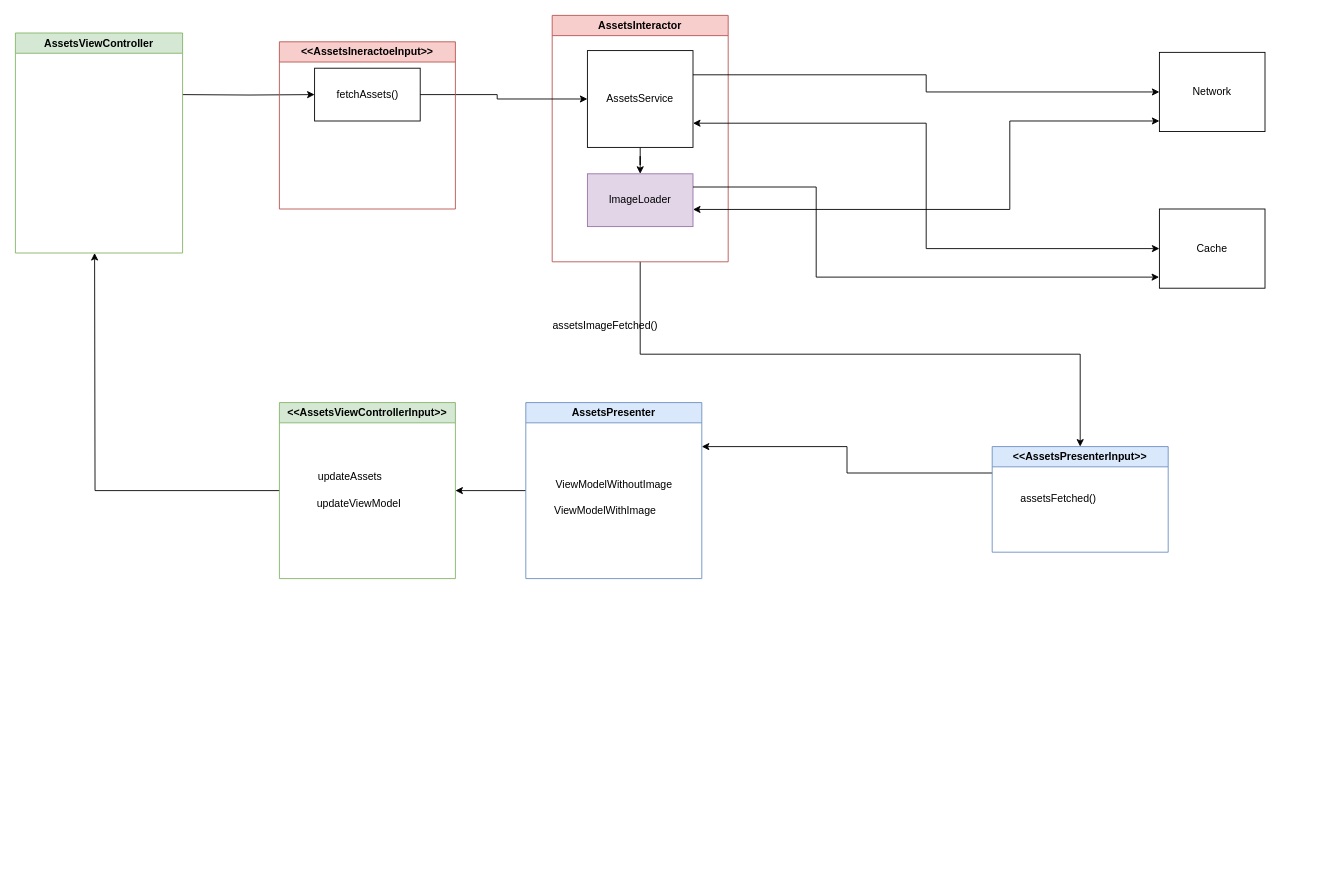
Earlier version of the draw.io diagram LoadingAssets.drawio (mithfor/MithforCryptoCharts). Source tidied: cells renumbered, new cells numbered last; positions are measured from the earlier drawing's top-left corner, leaving out a move shared by most shapes. Both pictures are drawn from the tidied source at 88%, with x=0, y=0 at pixel (15, 15).
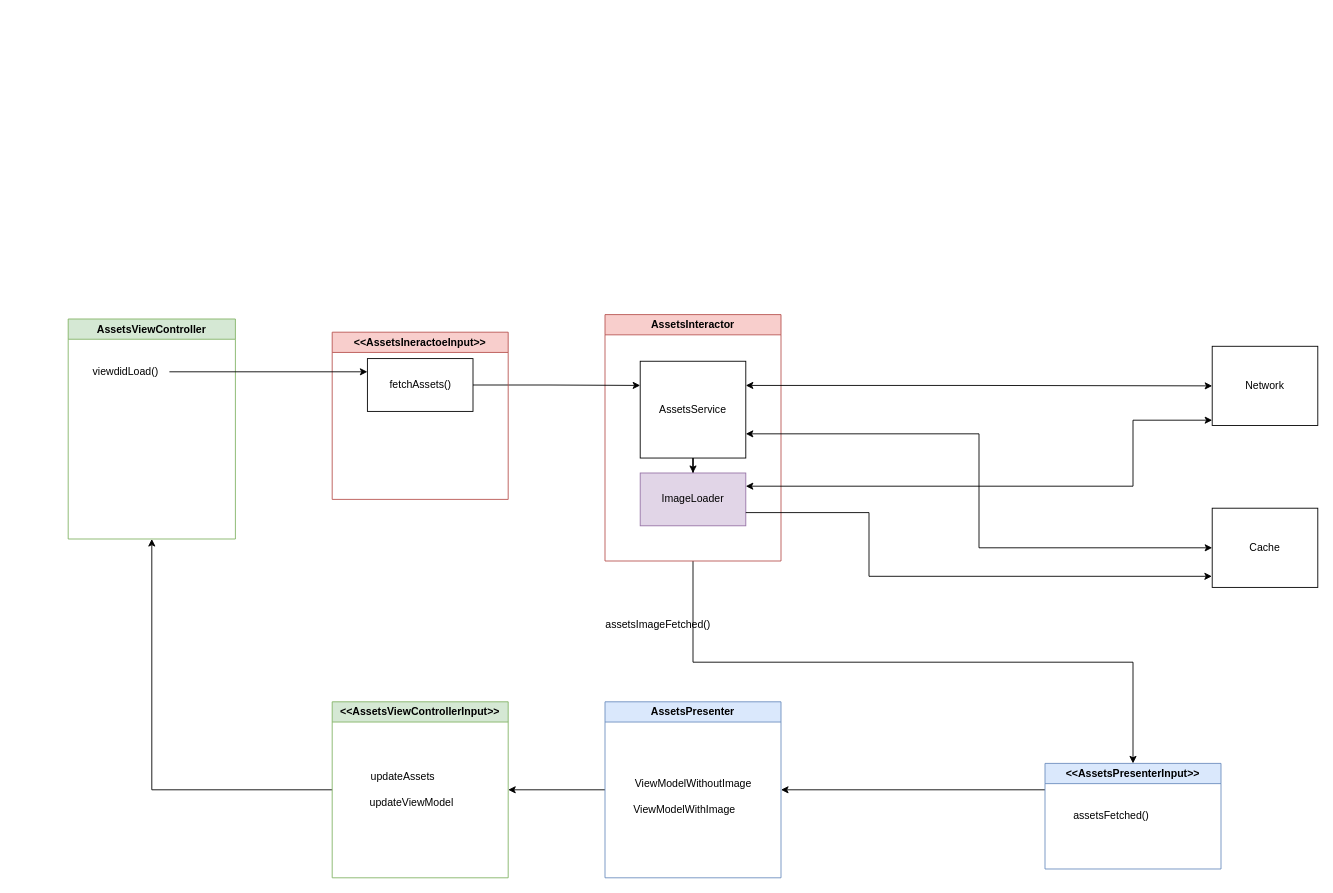
The same diagram, later.

Unchanged cells that the change refers to:
```xml
<mxCell id="9" value="ImageLoader" style="rounded=0;whiteSpace=wrap;html=1;fillColor=#e1d5e7;strokeColor=#9673a6;" parent="5" vertex="1">
  <mxGeometry x="40" y="180" width="120" height="60" as="geometry" />
</mxCell>
<mxCell id="18" style="rounded=0;whiteSpace=wrap;html=1;" parent="17" vertex="1">
  <mxGeometry width="120" height="60" as="geometry" />
</mxCell>
<mxCell id="19" value="&lt;div&gt;&lt;span style=&quot;background-color: initial;&quot;&gt;fetchAssets()&lt;/span&gt;&lt;br&gt;&lt;/div&gt;" style="text;html=1;align=center;verticalAlign=middle;points=[];strokeColor=none;fillColor=none;" parent="17" vertex="1">
  <mxGeometry x="15" y="15" width="90" height="30" as="geometry" />
</mxCell>
```

The edit, as a diff of the source:
```diff
@@
-    <mxCell id="2" style="edgeStyle=orthogonalEdgeStyle;rounded=0;jettySize=auto;html=1;entryX=0;entryY=0.5;entryDx=0;entryDy=0;" parent="1" edge="1" target="18">
-      <mxGeometry relative="1" as="geometry">
-        <mxPoint x="190" y="90" as="sourcePoint" />
-      </mxGeometry>
-    </mxCell>
     <mxCell id="3" value="AssetsViewController" style="swimlane;whiteSpace=wrap;html=1;fillColor=#d5e8d4;strokeColor=#82b366;" parent="1" vertex="1">
-      <mxGeometry y="20" width="190" height="250" as="geometry" />
+      <mxGeometry x="60" y="345" width="190" height="250" as="geometry" />
     </mxCell>
+    <mxCell id="33" value="viewdidLoad()" style="text;html=1;align=center;verticalAlign=middle;points=[];strokeColor=none;fillColor=none;" parent="3" vertex="1">
+      <mxGeometry x="15" y="45" width="100" height="30" as="geometry" />
+    </mxCell>
@@
     <mxCell id="5" value="AssetsInteractor" style="swimlane;whiteSpace=wrap;html=1;fillColor=#f8cecc;strokeColor=#b85450;" parent="1" vertex="1">
-      <mxGeometry x="610" width="200" height="280" as="geometry" />
+      <mxGeometry x="670" y="340" width="200" height="280" as="geometry" />
     </mxCell>
@@
     <mxCell id="7" value="AssetsService" style="whiteSpace=wrap;html=1;" parent="5" vertex="1">
-      <mxGeometry x="40" y="40" width="120" height="110" as="geometry" />
+      <mxGeometry x="40" y="53" width="120" height="110" as="geometry" />
     </mxCell>
@@
-    <mxCell id="10" style="edgeStyle=orthogonalEdgeStyle;rounded=0;orthogonalLoop=1;jettySize=auto;html=1;entryX=0;entryY=0.75;entryDx=0;entryDy=0;startArrow=classic;startFill=1;" parent="5" edge="1">
-      <mxGeometry relative="1" as="geometry">
-        <mxPoint x="160" y="220.5" as="sourcePoint" />
-        <mxPoint x="690" y="120" as="targetPoint" />
-        <Array as="points">
-          <mxPoint x="520" y="220.5" />
-          <mxPoint x="520" y="120.5" />
-        </Array>
-      </mxGeometry>
-    </mxCell>
-    <mxCell id="11" style="edgeStyle=orthogonalEdgeStyle;rounded=0;jettySize=auto;html=1;entryX=0;entryY=0.5;entryDx=0;entryDy=0;" parent="1" edge="1" source="19" target="7">
+    <mxCell id="11" style="edgeStyle=orthogonalEdgeStyle;rounded=0;jettySize=auto;html=1;entryX=0;entryY=0.25;entryDx=0;entryDy=0;" parent="1" edge="1" source="19" target="7">
       <mxGeometry relative="1" as="geometry" />
     </mxCell>
@@
     <mxCell id="13" value="AssetsPresenter" style="swimlane;whiteSpace=wrap;html=1;fillColor=#dae8fc;strokeColor=#6c8ebf;" parent="1" vertex="1">
-      <mxGeometry x="580" y="440" width="200" height="200" as="geometry" />
+      <mxGeometry x="670" y="780" width="200" height="200" as="geometry" />
     </mxCell>
@@
     <mxCell id="16" value="&amp;lt;&amp;lt;AssetsIneractoeInput&amp;gt;&amp;gt;" style="swimlane;whiteSpace=wrap;html=1;fillColor=#f8cecc;strokeColor=#b85450;" parent="1" vertex="1">
-      <mxGeometry x="300" y="30" width="200" height="190" as="geometry" />
+      <mxGeometry x="360" y="360" width="200" height="190" as="geometry" />
     </mxCell>
@@
-    <mxCell id="20" style="edgeStyle=orthogonalEdgeStyle;rounded=0;jettySize=auto;html=1;exitX=0;exitY=0.25;exitDx=0;exitDy=0;entryX=1;entryY=0.25;entryDx=0;entryDy=0;" parent="1" edge="1" source="21" target="13">
+    <mxCell id="20" style="edgeStyle=orthogonalEdgeStyle;rounded=0;jettySize=auto;html=1;exitX=0;exitY=0.25;exitDx=0;exitDy=0;entryX=1;entryY=0.5;entryDx=0;entryDy=0;" parent="1" edge="1" source="21" target="13">
       <mxGeometry relative="1" as="geometry" />
     </mxCell>
     <mxCell id="21" value="&amp;lt;&amp;lt;AssetsPresenter&lt;span style=&quot;background-color: initial;&quot;&gt;Input&amp;gt;&amp;gt;&lt;/span&gt;" style="swimlane;whiteSpace=wrap;html=1;fillColor=#dae8fc;strokeColor=#6c8ebf;" parent="1" vertex="1">
-      <mxGeometry x="1110" y="490" width="200" height="120" as="geometry" />
+      <mxGeometry x="1170" y="850" width="200" height="120" as="geometry" />
     </mxCell>
@@
-    <mxCell id="23" style="edgeStyle=orthogonalEdgeStyle;rounded=0;jettySize=auto;html=1;" parent="1" edge="1" source="24">
-      <mxGeometry relative="1" as="geometry">
-        <mxPoint x="90" y="270" as="targetPoint" />
-      </mxGeometry>
+    <mxCell id="23" style="edgeStyle=orthogonalEdgeStyle;rounded=0;jettySize=auto;html=1;entryX=0.5;entryY=1;entryDx=0;entryDy=0;" parent="1" edge="1" source="24" target="3">
+      <mxGeometry relative="1" as="geometry" />
     </mxCell>
     <mxCell id="24" value="&amp;lt;&amp;lt;&lt;span style=&quot;background-color: initial;&quot;&gt;AssetsViewControllerInput&amp;gt;&amp;gt;&lt;/span&gt;" style="swimlane;whiteSpace=wrap;html=1;fillColor=#d5e8d4;strokeColor=#82b366;" parent="1" vertex="1">
-      <mxGeometry x="300" y="440" width="200" height="200" as="geometry" />
+      <mxGeometry x="360" y="780" width="200" height="200" as="geometry" />
     </mxCell>
@@
     <mxCell id="27" value="assetsImageFetched()" style="text;html=1;align=center;verticalAlign=middle;strokeColor=none;fillColor=none;" parent="1" vertex="1">
-      <mxGeometry x="600" y="338" width="140" height="30" as="geometry" />
+      <mxGeometry x="660" y="678" width="140" height="30" as="geometry" />
     </mxCell>
     <mxCell id="28" value="Cache" style="rounded=0;whiteSpace=wrap;html=1;" parent="1" vertex="1">
-      <mxGeometry x="1300" y="220" width="120" height="90" as="geometry" />
+      <mxGeometry x="1360" y="560" width="120" height="90" as="geometry" />
     </mxCell>
+    <mxCell id="34" style="edgeStyle=orthogonalEdgeStyle;rounded=0;jettySize=auto;html=1;entryX=1;entryY=0.25;entryDx=0;entryDy=0;startArrow=classic;startFill=1;" parent="1" edge="1" source="29" target="9">
+      <mxGeometry relative="1" as="geometry">
+        <Array as="points">
+          <mxPoint x="1270" y="460" />
+          <mxPoint x="1270" y="535" />
+        </Array>
+      </mxGeometry>
+    </mxCell>
     <mxCell id="29" value="Network" style="rounded=0;whiteSpace=wrap;html=1;" parent="1" vertex="1">
-      <mxGeometry x="1300" y="42" width="120" height="90" as="geometry" />
+      <mxGeometry x="1360" y="376" width="120" height="90" as="geometry" />
     </mxCell>
-    <mxCell id="30" style="edgeStyle=orthogonalEdgeStyle;rounded=0;jettySize=auto;html=1;exitX=1;exitY=0.25;exitDx=0;exitDy=0;entryX=0;entryY=0.5;entryDx=0;entryDy=0;" parent="1" edge="1" source="7" target="29">
+    <mxCell id="30" style="edgeStyle=orthogonalEdgeStyle;rounded=0;jettySize=auto;html=1;exitX=1;exitY=0.25;exitDx=0;exitDy=0;entryX=0;entryY=0.5;entryDx=0;entryDy=0;startArrow=classic;startFill=1;" parent="1" edge="1" source="7" target="29">
       <mxGeometry relative="1" as="geometry" />
     </mxCell>
@@
-    <mxCell id="32" style="edgeStyle=orthogonalEdgeStyle;rounded=0;jettySize=auto;html=1;exitX=1;exitY=0.25;exitDx=0;exitDy=0;entryX=-0.003;entryY=0.86;entryDx=0;entryDy=0;entryPerimeter=0;" parent="1" edge="1" source="9" target="28">
+    <mxCell id="32" style="edgeStyle=orthogonalEdgeStyle;rounded=0;jettySize=auto;html=1;exitX=1;exitY=0.75;exitDx=0;exitDy=0;entryX=-0.003;entryY=0.86;entryDx=0;entryDy=0;entryPerimeter=0;" parent="1" edge="1" source="9" target="28">
       <mxGeometry relative="1" as="geometry">
         <Array as="points">
-          <mxPoint x="910" y="195" />
-          <mxPoint x="910" y="297" />
+          <mxPoint x="970" y="565" />
+          <mxPoint x="970" y="637" />
         </Array>
       </mxGeometry>
     </mxCell>
+    <mxCell id="35" style="edgeStyle=orthogonalEdgeStyle;rounded=0;jettySize=auto;html=1;entryX=0;entryY=0.25;entryDx=0;entryDy=0;" parent="1" edge="1" source="33" target="18">
+      <mxGeometry relative="1" as="geometry" />
+    </mxCell>
```
